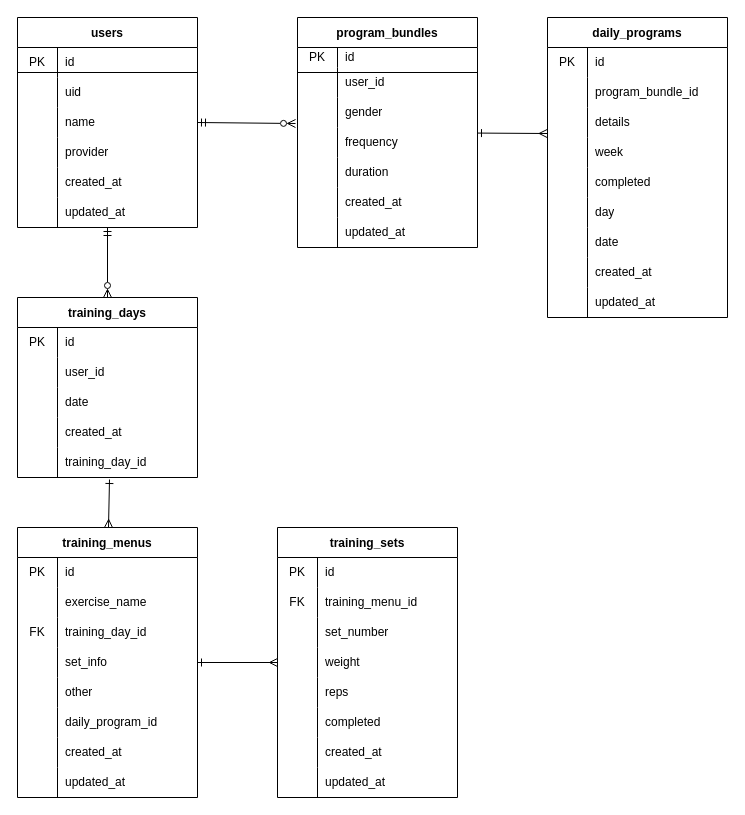
The draw.io diagram public/images/er-diagram.dio in Ryocchi-Muscle/BeFit_backend, before the edit. Source tidied: cells renumbered, new cells numbered last; positions are measured from the earlier drawing's top-left corner, leaving out a move shared by most shapes. Both pictures are drawn from the tidied source at 100%, with x=0, y=0 at pixel (17, 17).
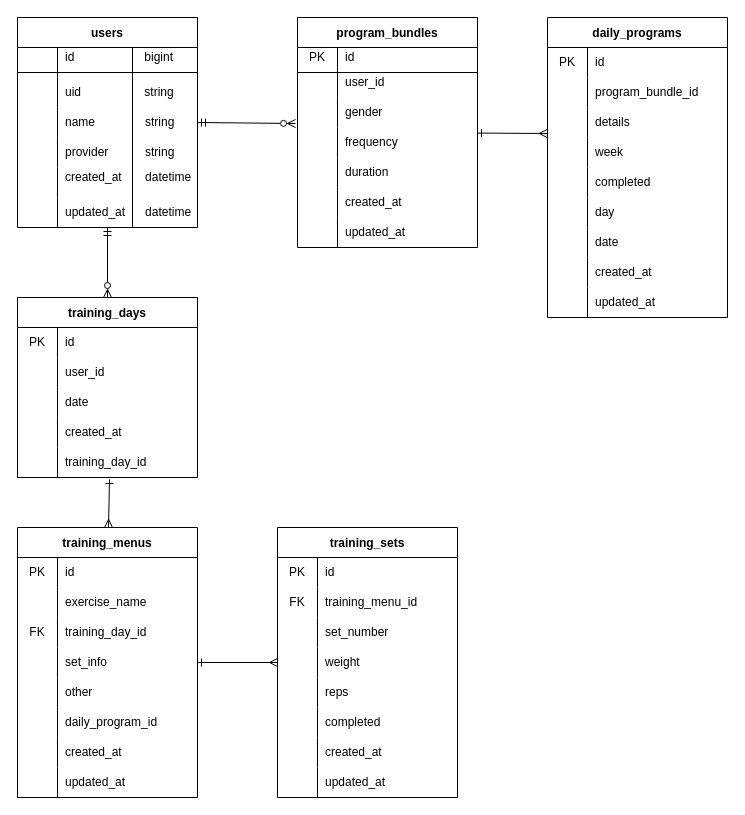
The same diagram, later.

The change refers to these unchanged cells:
```xml
<mxCell id="4" style="shape=tableRow;horizontal=0;startSize=0;swimlaneHead=0;swimlaneBody=0;top=0;left=0;bottom=0;right=0;fillColor=none;" parent="3" vertex="1">
  <mxGeometry y="30" width="180" height="30" as="geometry" />
</mxCell>
<mxCell id="7" style="shape=tableRow;horizontal=0;startSize=0;swimlaneHead=0;swimlaneBody=0;top=0;left=0;bottom=0;right=0;fillColor=none;" parent="3" vertex="1">
  <mxGeometry y="60" width="180" height="30" as="geometry" />
</mxCell>
<mxCell id="10" style="shape=tableRow;horizontal=0;startSize=0;swimlaneHead=0;swimlaneBody=0;top=0;left=0;bottom=0;right=0;fillColor=none;points=[[0,0.5],[1,0.5]];portConstraint=eastwest;" parent="3" vertex="1">
  <mxGeometry y="90" width="180" height="30" as="geometry" />
</mxCell>
<mxCell id="13" style="shape=tableRow;horizontal=0;startSize=0;swimlaneHead=0;swimlaneBody=0;top=0;left=0;bottom=0;right=0;fillColor=none;" parent="3" vertex="1">
  <mxGeometry y="120" width="180" height="30" as="geometry" />
</mxCell>
<mxCell id="16" style="shape=tableRow;horizontal=0;startSize=0;swimlaneHead=0;swimlaneBody=0;top=0;left=0;bottom=0;right=0;fillColor=none;" parent="3" vertex="1">
  <mxGeometry y="150" width="180" height="30" as="geometry" />
</mxCell>
<mxCell id="19" style="shape=tableRow;horizontal=0;startSize=0;swimlaneHead=0;swimlaneBody=0;top=0;left=0;bottom=0;right=0;fillColor=none;" parent="3" vertex="1">
  <mxGeometry y="180" width="180" height="30" as="geometry" />
</mxCell>
```

Diff of the diagram source:
```diff
@@
-    <mxCell id="5" value="PK" style="shape=partialRectangle;html=1;whiteSpace=wrap;fillColor=none;top=0;left=0;bottom=0;right=0;overflow=hidden;" parent="4" vertex="1">
+    <mxCell id="5" style="shape=partialRectangle;html=1;whiteSpace=wrap;fillColor=none;top=0;left=0;bottom=0;right=0;overflow=hidden;" parent="4" vertex="1">
       <mxGeometry width="40" height="30" as="geometry" />
     </mxCell>
-    <mxCell id="6" value="id" style="shape=partialRectangle;html=1;whiteSpace=wrap;fillColor=none;top=0;left=0;bottom=0;right=0;align=left;spacingLeft=6;overflow=hidden;" parent="4" vertex="1">
+    <mxCell id="6" value="id&amp;nbsp; &amp;nbsp; &amp;nbsp; &amp;nbsp; &amp;nbsp; &amp;nbsp; &amp;nbsp; &amp;nbsp; &amp;nbsp; &amp;nbsp; &amp;nbsp;bigint&lt;br&gt;&amp;nbsp; &amp;nbsp;" style="shape=partialRectangle;html=1;whiteSpace=wrap;fillColor=none;top=0;left=0;bottom=0;right=0;align=left;spacingLeft=6;overflow=hidden;" parent="4" vertex="1">
       <mxGeometry x="40" width="140" height="30" as="geometry" />
     </mxCell>
@@
-    <mxCell id="9" value="uid" style="shape=partialRectangle;html=1;whiteSpace=wrap;fillColor=none;top=0;left=0;bottom=0;right=0;align=left;spacingLeft=6;overflow=hidden;" parent="7" vertex="1">
+    <mxCell id="9" value="uid&amp;nbsp; &amp;nbsp; &amp;nbsp; &amp;nbsp; &amp;nbsp; &amp;nbsp; &amp;nbsp; &amp;nbsp; &amp;nbsp; &amp;nbsp;string" style="shape=partialRectangle;html=1;whiteSpace=wrap;fillColor=none;top=0;left=0;bottom=0;right=0;align=left;spacingLeft=6;overflow=hidden;" parent="7" vertex="1">
       <mxGeometry x="40" width="140" height="30" as="geometry" />
     </mxCell>
@@
-    <mxCell id="12" value="name" style="shape=partialRectangle;html=1;whiteSpace=wrap;fillColor=none;top=0;left=0;bottom=0;right=0;align=left;spacingLeft=6;overflow=hidden;" parent="10" vertex="1">
+    <mxCell id="12" value="name&amp;nbsp; &amp;nbsp; &amp;nbsp; &amp;nbsp; &amp;nbsp; &amp;nbsp; &amp;nbsp; &amp;nbsp;string" style="shape=partialRectangle;html=1;whiteSpace=wrap;fillColor=none;top=0;left=0;bottom=0;right=0;align=left;spacingLeft=6;overflow=hidden;" parent="10" vertex="1">
       <mxGeometry x="40" width="140" height="30" as="geometry" />
     </mxCell>
@@
-    <mxCell id="15" value="provider" style="shape=partialRectangle;html=1;whiteSpace=wrap;fillColor=none;top=0;left=0;bottom=0;right=0;align=left;spacingLeft=6;overflow=hidden;" parent="13" vertex="1">
+    <mxCell id="15" value="provider&amp;nbsp; &amp;nbsp; &amp;nbsp; &amp;nbsp; &amp;nbsp; &amp;nbsp;string" style="shape=partialRectangle;html=1;whiteSpace=wrap;fillColor=none;top=0;left=0;bottom=0;right=0;align=left;spacingLeft=6;overflow=hidden;" parent="13" vertex="1">
       <mxGeometry x="40" width="140" height="30" as="geometry" />
     </mxCell>
@@
-    <mxCell id="18" value="created_at" style="shape=partialRectangle;html=1;whiteSpace=wrap;fillColor=none;top=0;left=0;bottom=0;right=0;align=left;spacingLeft=6;overflow=hidden;" parent="16" vertex="1">
+    <mxCell id="18" value="created_at&amp;nbsp; &amp;nbsp; &amp;nbsp; &amp;nbsp;datetime&lt;br&gt;&amp;nbsp; &amp;nbsp; &amp;nbsp;" style="shape=partialRectangle;html=1;whiteSpace=wrap;fillColor=none;top=0;left=0;bottom=0;right=0;align=left;spacingLeft=6;overflow=hidden;" parent="16" vertex="1">
       <mxGeometry x="40" width="140" height="30" as="geometry" />
     </mxCell>
@@
-    <mxCell id="21" value="updated_at" style="shape=partialRectangle;html=1;whiteSpace=wrap;fillColor=none;top=0;left=0;bottom=0;right=0;align=left;spacingLeft=6;overflow=hidden;" parent="19" vertex="1">
+    <mxCell id="21" value="updated_at&amp;nbsp; &amp;nbsp; &amp;nbsp; datetime" style="shape=partialRectangle;html=1;whiteSpace=wrap;fillColor=none;top=0;left=0;bottom=0;right=0;align=left;spacingLeft=6;overflow=hidden;" parent="19" vertex="1">
       <mxGeometry x="40" width="140" height="30" as="geometry" />
     </mxCell>
@@
+    <mxCell id="144" style="line;strokeWidth=1;direction=south;html=1;perimeter=backbonePerimeter;" parent="1" vertex="1">
+      <mxGeometry x="110" y="30" width="10" height="180" as="geometry" />
+    </mxCell>
```
